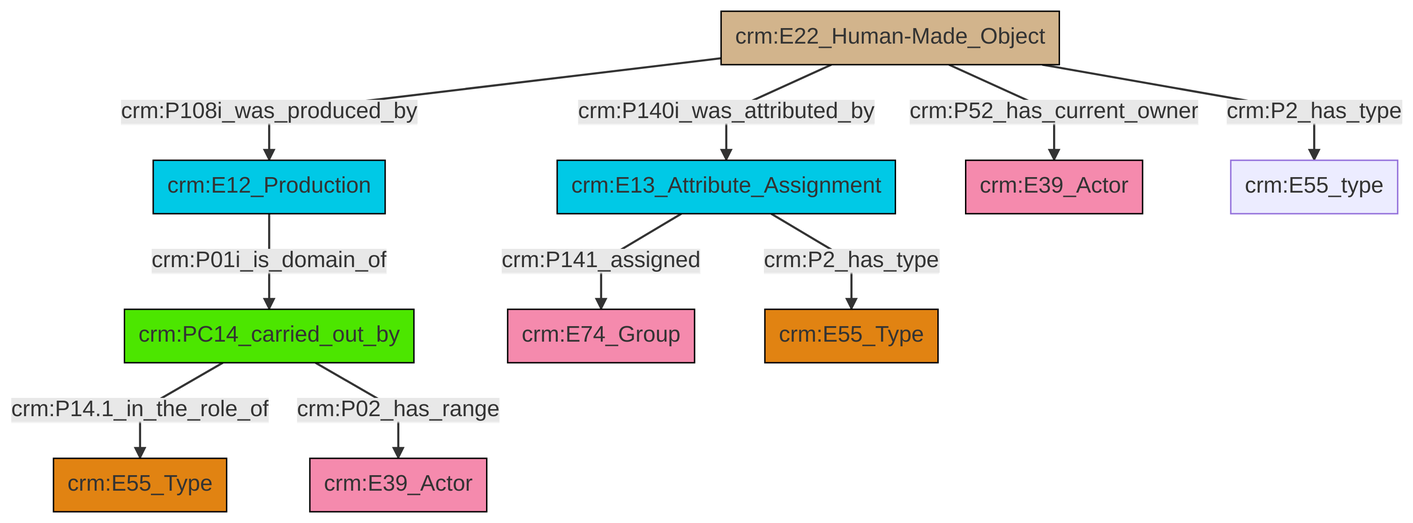
Before: et/builtWorkCSV/ttl/mmd/png/Built_Work_actor_relations.png, a diagram exported from Mermaid (swiss-art-research-net/docs.swissartresearch). Its source is kept beside it as et/builtWorkCSV/ttl/mmd/Built_Work_actor_relations.ttl.mmd.
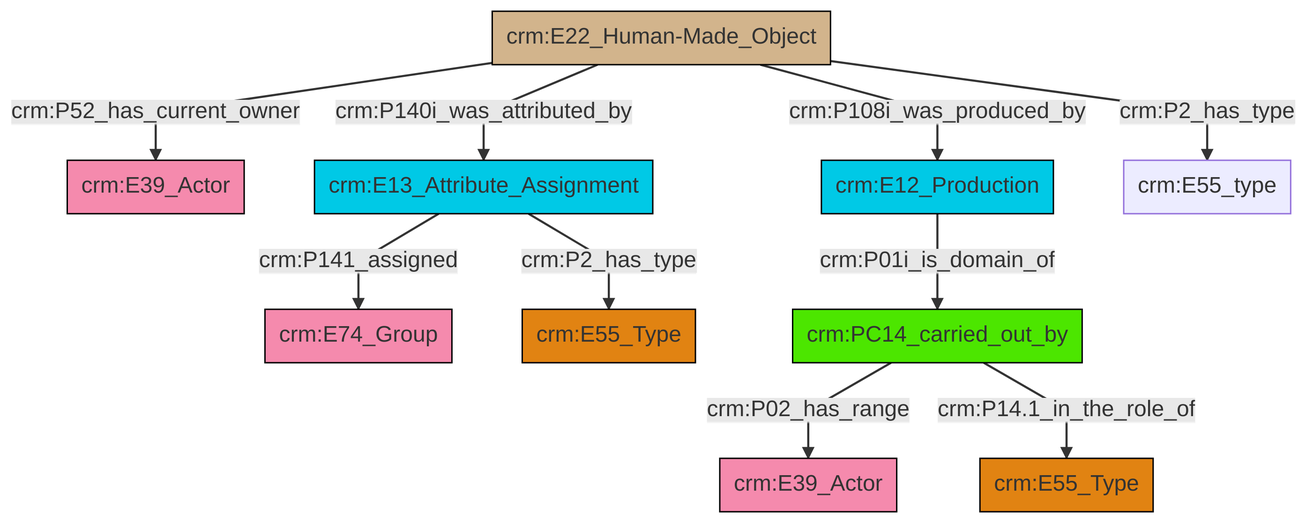
After the change.

Change to the diagram source:
```diff
@@ -13,12 +13,12 @@
 classDef PC_Classes fill:#4ce600, stroke:#000000;
 classDef Multi fill:#cccccc,stroke:#000000;
 
-0["crm:E12_Production"]:::Temporal_Entity -->|crm:P01i_is_domain_of| 2["crm:PC14_carried_out_by"]:::PC_Classes
-5["crm:E22_Human-Made_Object"]:::Physical_Thing -->|crm:P140i_was_attributed_by| 6["crm:E13_Attribute_Assignment"]:::Temporal_Entity
-5["crm:E22_Human-Made_Object"]:::Physical_Thing -->|crm:P108i_was_produced_by| 0["crm:E12_Production"]:::Temporal_Entity
-6["crm:E13_Attribute_Assignment"]:::Temporal_Entity -->|crm:P141_assigned| 3["crm:E74_Group"]:::Actor
-2["crm:PC14_carried_out_by"]:::PC_Classes -->|crm:P14.1_in_the_role_of| 11["crm:E55_Type"]:::Type
-6["crm:E13_Attribute_Assignment"]:::Temporal_Entity -->|crm:P2_has_type| 8["crm:E55_Type"]:::Type
-2["crm:PC14_carried_out_by"]:::PC_Classes -->|crm:P02_has_range| 13["crm:E39_Actor"]:::Actor
-5["crm:E22_Human-Made_Object"]:::Physical_Thing -->|crm:P52_has_current_owner| 16["crm:E39_Actor"]:::Actor
-5["crm:E22_Human-Made_Object"]:::Physical_Thing -->|crm:P2_has_type| 18["crm:E55_type"]:::Default
+2["crm:E22_Human-Made_Object"]:::Physical_Thing -->|crm:P52_has_current_owner| 0["crm:E39_Actor"]:::Actor
+2["crm:E22_Human-Made_Object"]:::Physical_Thing -->|crm:P140i_was_attributed_by| 3["crm:E13_Attribute_Assignment"]:::Temporal_Entity
+3["crm:E13_Attribute_Assignment"]:::Temporal_Entity -->|crm:P141_assigned| 4["crm:E74_Group"]:::Actor
+8["crm:E12_Production"]:::Temporal_Entity -->|crm:P01i_is_domain_of| 9["crm:PC14_carried_out_by"]:::PC_Classes
+9["crm:PC14_carried_out_by"]:::PC_Classes -->|crm:P02_has_range| 10["crm:E39_Actor"]:::Actor
+3["crm:E13_Attribute_Assignment"]:::Temporal_Entity -->|crm:P2_has_type| 11["crm:E55_Type"]:::Type
+9["crm:PC14_carried_out_by"]:::PC_Classes -->|crm:P14.1_in_the_role_of| 5["crm:E55_Type"]:::Type
+2["crm:E22_Human-Made_Object"]:::Physical_Thing -->|crm:P108i_was_produced_by| 8["crm:E12_Production"]:::Temporal_Entity
+2["crm:E22_Human-Made_Object"]:::Physical_Thing -->|crm:P2_has_type| 16["crm:E55_type"]:::Default
```
